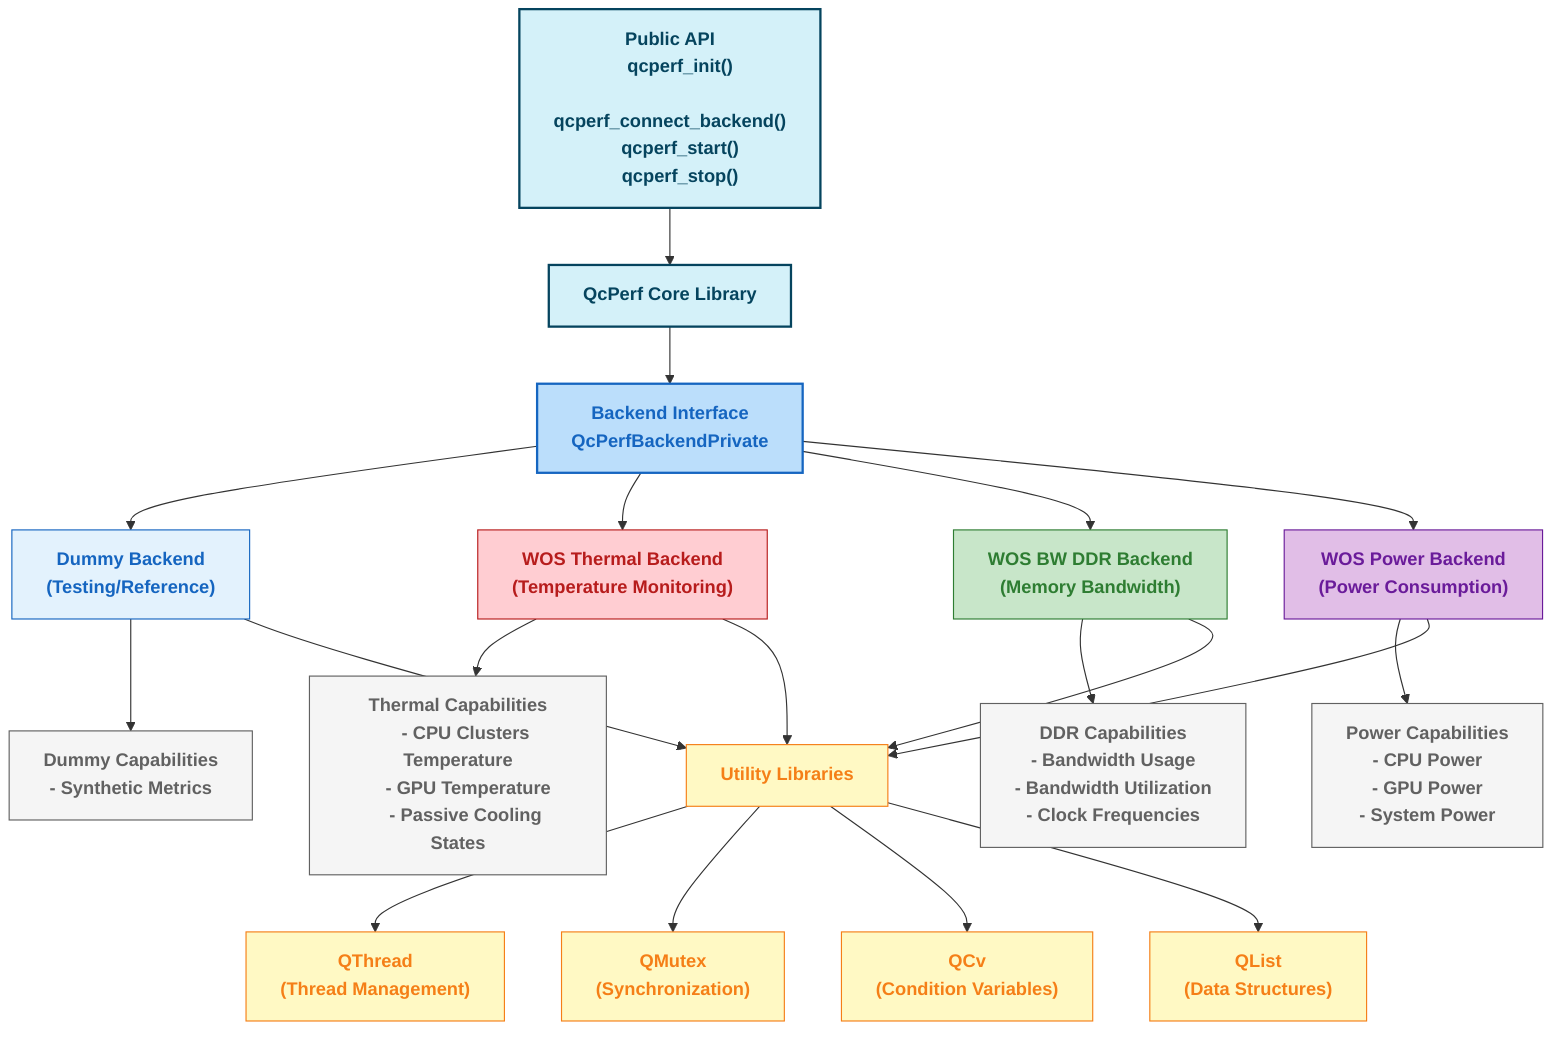
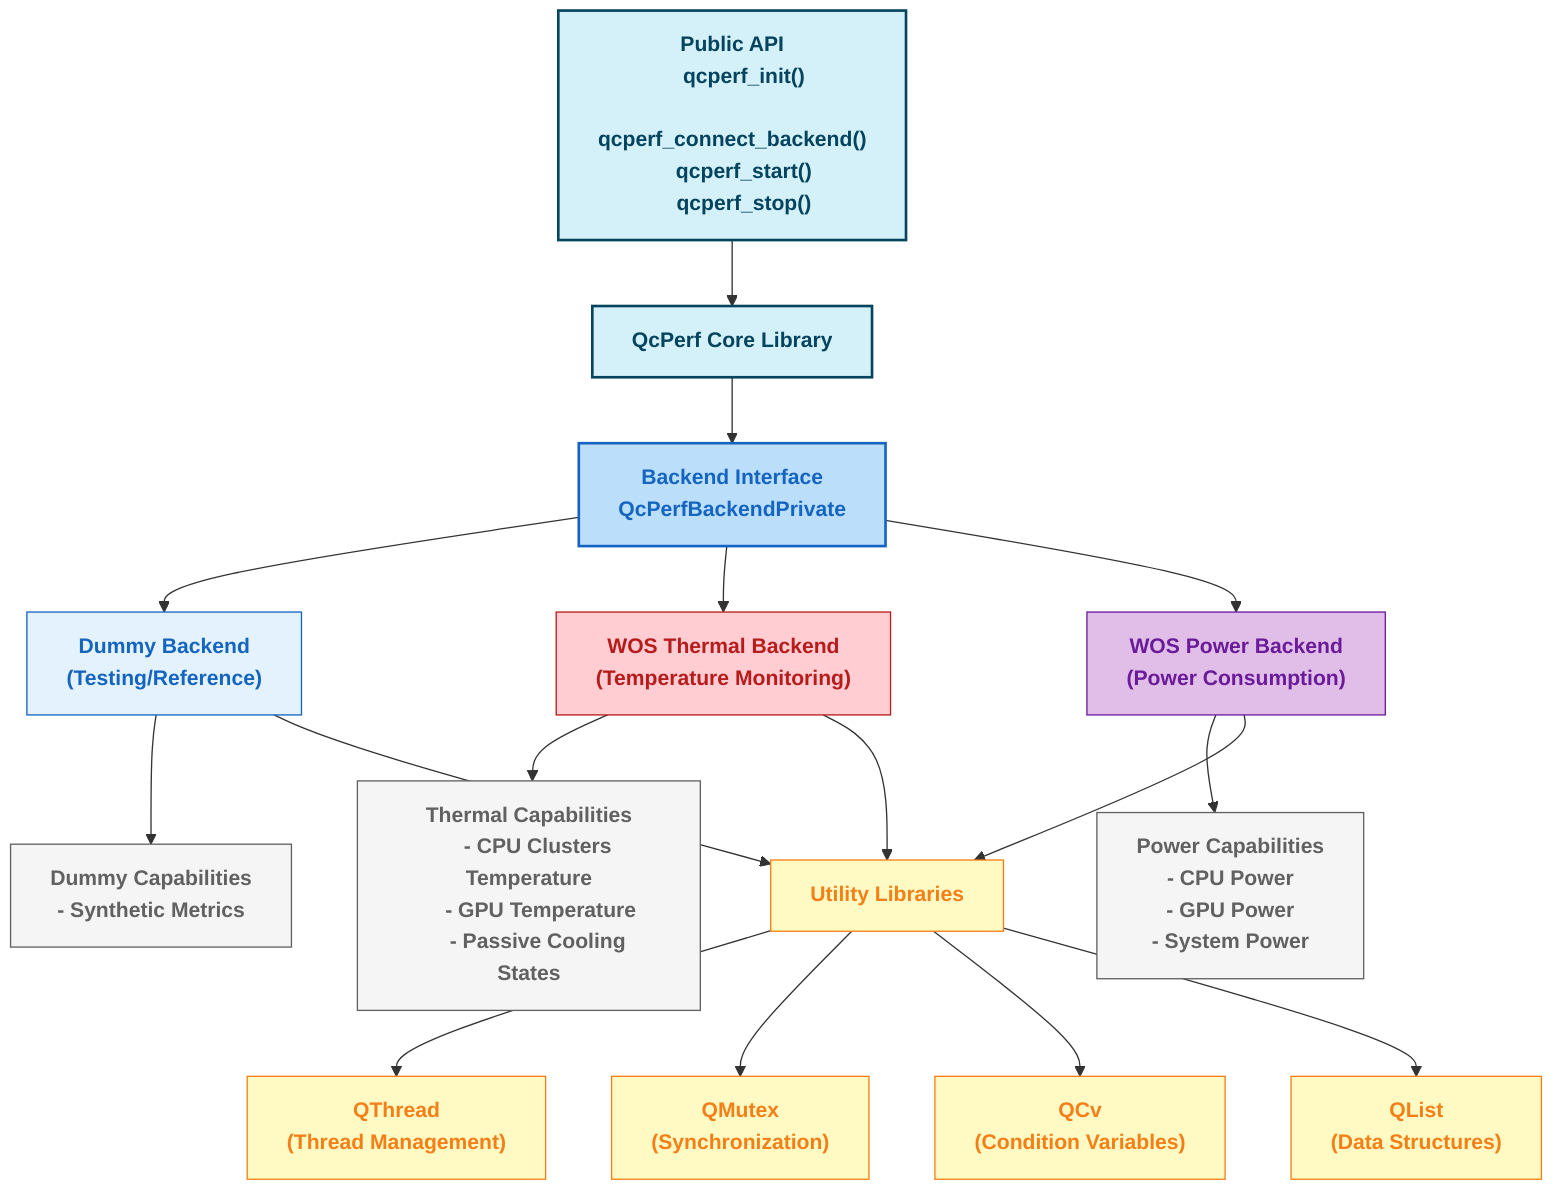
graph TD
    %% Core components
    Core["QcPerf Core Library"]
    API["Public API
    qcperf_init()
    qcperf_connect_backend()
    qcperf_start()
    qcperf_stop()"]
    Interface["Backend Interface
    QcPerfBackendPrivate"]

    %% Backend implementations
    Dummy["Dummy Backend
    (Testing/Reference)"]
    Thermal["WOS Thermal Backend
    (Temperature Monitoring)"]
-     DDR["WOS BW DDR Backend
-     (Memory Bandwidth)"]
    Power["WOS Power Backend
    (Power Consumption)"]

    %% Utility libraries
    Utils["Utility Libraries"]
    QThread["QThread
    (Thread Management)"]
    QMutex["QMutex
    (Synchronization)"]
    QCv["QCv
    (Condition Variables)"]
    QList["QList
    (Data Structures)"]

    %% Backend capabilities
    ThermalCap["Thermal Capabilities
    - CPU Clusters Temperature
    - GPU Temperature
    - Passive Cooling States"]

-     DDRCap["DDR Capabilities
-     - Bandwidth Usage
-     - Bandwidth Utilization
-     - Clock Frequencies"]
- 
    PowerCap["Power Capabilities
    - CPU Power
    - GPU Power
    - System Power"]

    DummyCap["Dummy Capabilities
    - Synthetic Metrics"]

    %% Connections
    API --> Core
    Core --> Interface
    Interface --> Dummy
    Interface --> Thermal
-     Interface --> DDR
    Interface --> Power

    Dummy --> DummyCap
    Thermal --> ThermalCap
-     DDR --> DDRCap
    Power --> PowerCap

    Dummy --> Utils
    Thermal --> Utils
-     DDR --> Utils
    Power --> Utils

    Utils --> QThread
    Utils --> QMutex
    Utils --> QCv
    Utils --> QList

    %% Styling
    classDef core fill:#d4f1f9,stroke:#05445E,stroke-width:2px,color:#05445E,font-weight:bold
    classDef interface fill:#bbdefb,stroke:#1565c0,stroke-width:2px,color:#1565c0,font-weight:bold
    classDef dummy fill:#e3f2fd,stroke:#1565c0,stroke-width:1px,color:#1565c0,font-weight:bold
    classDef thermal fill:#ffcdd2,stroke:#b71c1c,stroke-width:1px,color:#b71c1c,font-weight:bold
-     classDef ddr fill:#c8e6c9,stroke:#2e7d32,stroke-width:1px,color:#2e7d32,font-weight:bold
    classDef power fill:#e1bee7,stroke:#6a1b9a,stroke-width:1px,color:#6a1b9a,font-weight:bold
    classDef utils fill:#fff9c4,stroke:#f57f17,stroke-width:1px,color:#f57f17,font-weight:bold
    classDef caps fill:#f5f5f5,stroke:#616161,stroke-width:1px,color:#616161,font-weight:bold

    class Core,API core
    class Interface interface
    class Dummy dummy
    class Thermal thermal
-     class DDR ddr
    class Power power
    class Utils,QThread,QMutex,QCv,QList utils
-     class ThermalCap,DDRCap,PowerCap,DummyCap caps
+     class ThermalCap,PowerCap,DummyCap caps
